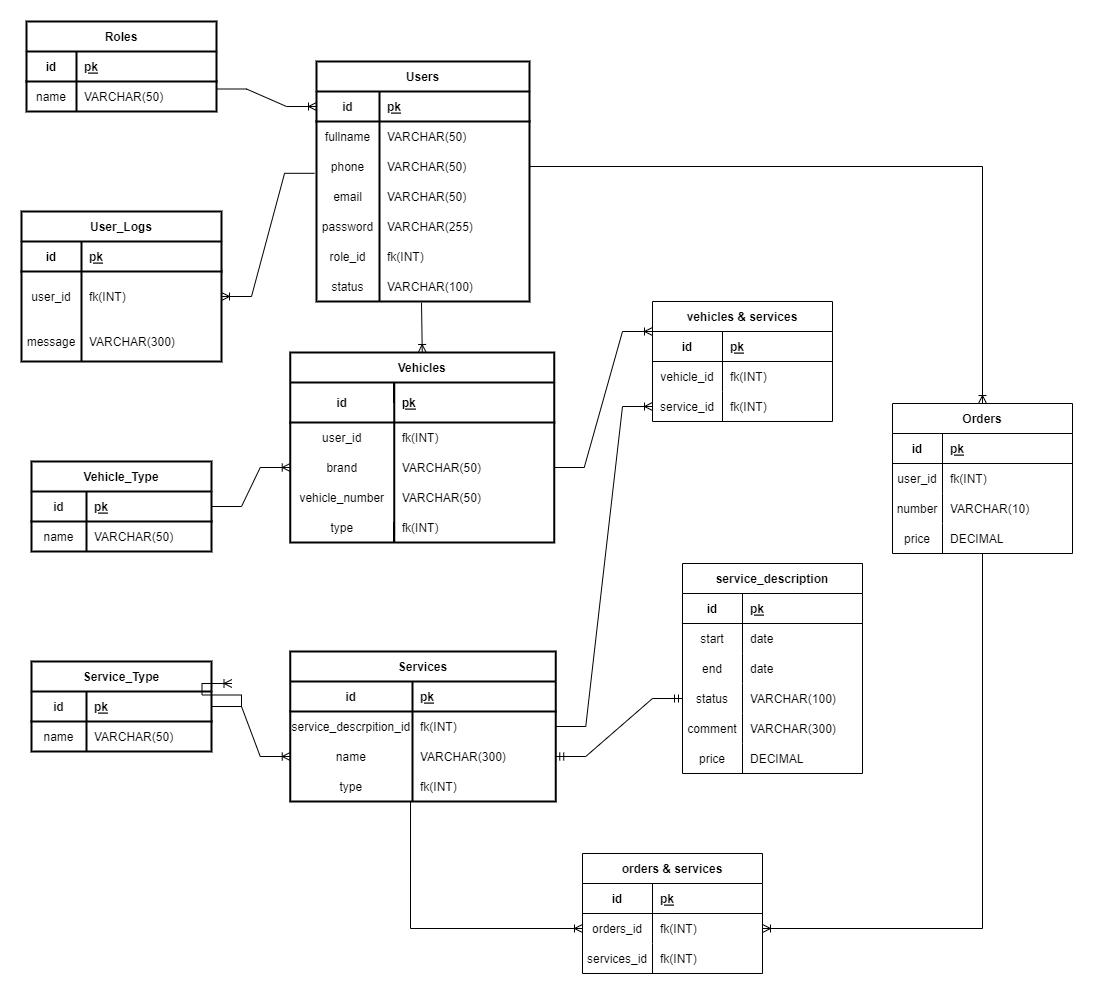
glebzikunov/Db_Labs keeps this draw.io diagram as src/about/db_diagram.png. Above is the earlier version. Source tidied: cells renumbered, new cells last; positions are measured from the earlier drawing's top-left corner, leaving out a move shared by most shapes.
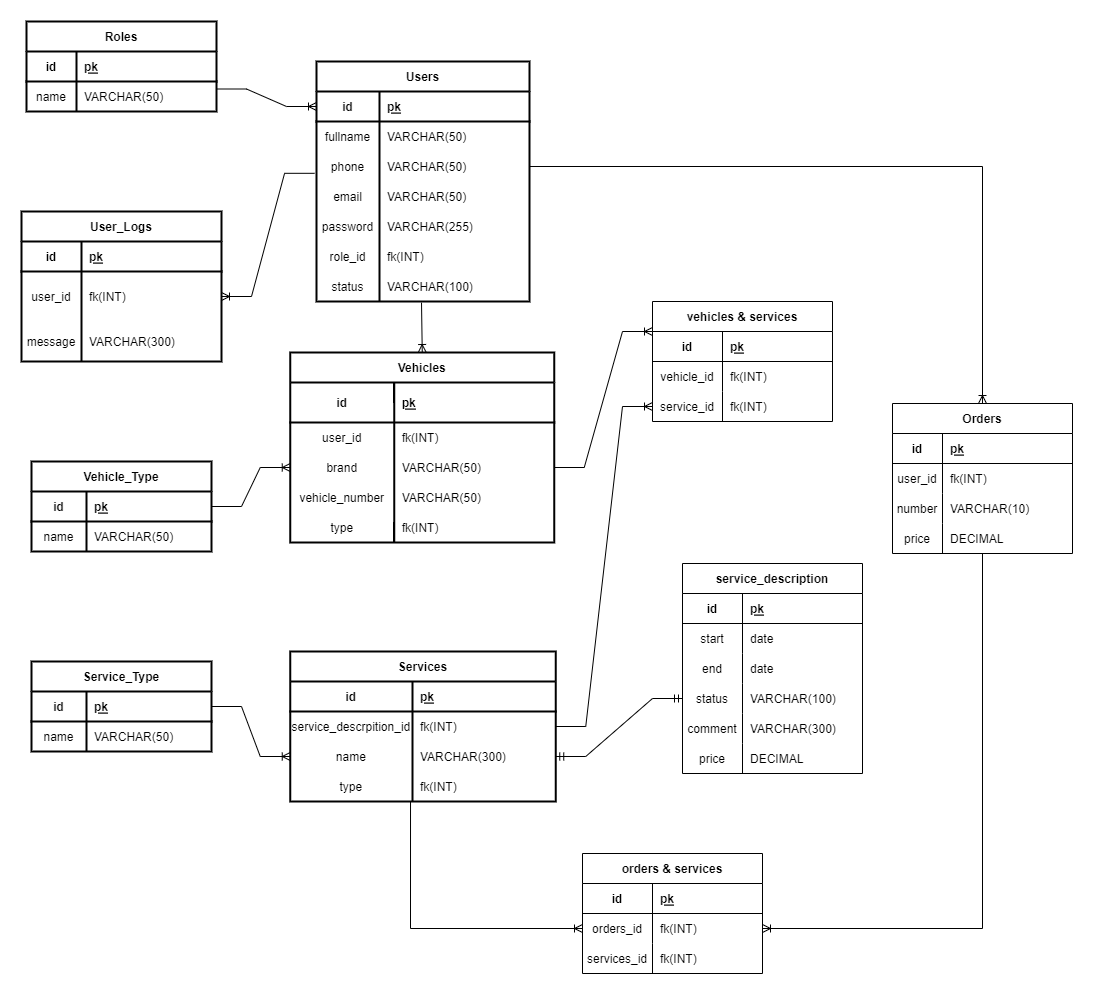
Later version of the same file.

The edit, as a diff of the source:
```diff
@@ -293,11 +293,6 @@
     <mxCell id="98" style="edgeStyle=entityRelationEdgeStyle;fontSize=12;html=1;endArrow=ERoneToMany;rounded=0;entryX=0;entryY=0.5;entryDx=0;entryDy=0;exitX=1;exitY=0.5;exitDx=0;exitDy=0;" parent="1" edge="1" source="60" target="50">
       <mxGeometry relative="1" as="geometry" />
     </mxCell>
-    <mxCell id="99" style="edgeStyle=entityRelationEdgeStyle;fontSize=12;html=1;endArrow=ERoneToMany;rounded=0;entryX=0;entryY=0.5;entryDx=0;entryDy=0;exitX=1;exitY=0.5;exitDx=0;exitDy=0;" parent="1" edge="1" source="79">
-      <mxGeometry relative="1" as="geometry">
-        <mxPoint x="210.5" y="662" as="targetPoint" />
-      </mxGeometry>
-    </mxCell>
     <mxCell id="100" value="service_description" style="shape=table;startSize=30;rowLines=0;fontStyle=1;align=center;" parent="1" vertex="1">
       <mxGeometry x="661" y="542" width="180" height="210" as="geometry" />
     </mxCell>
```
